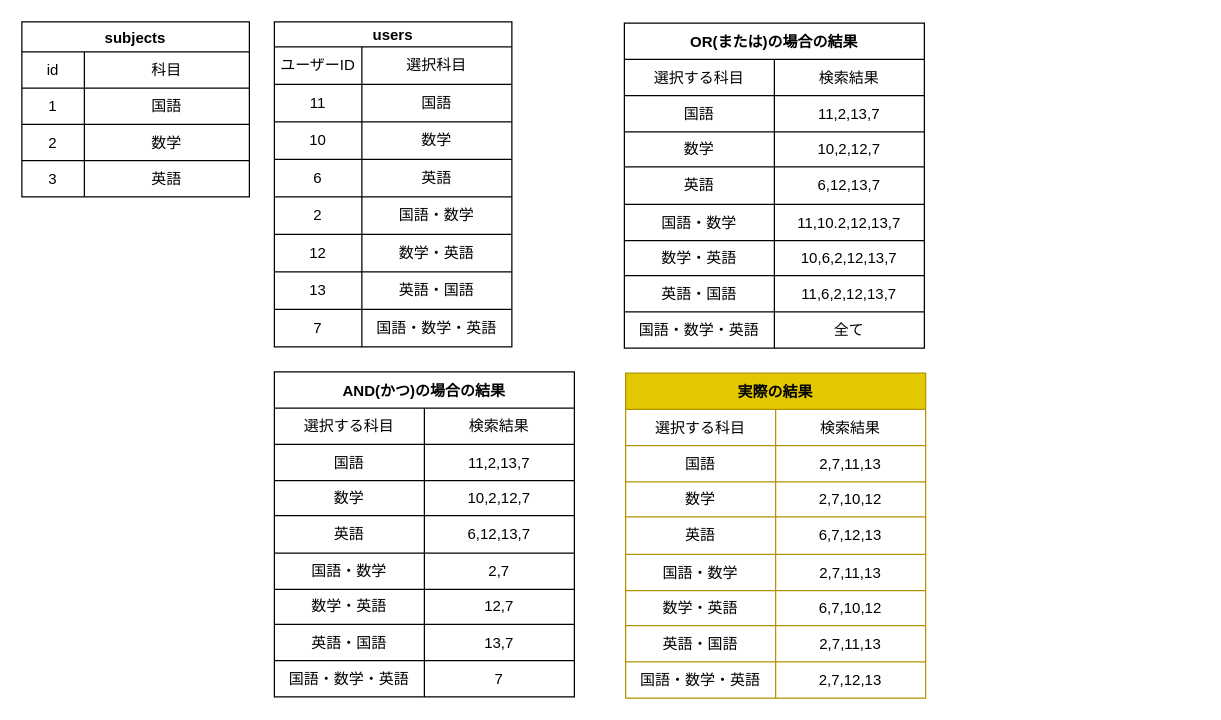
Before: page "検索機能実装" (4 of 4) of compass.dio in I-Kouta/compass, a draw.io diagram. Source tidied: cells renumbered, new cells numbered last; positions are measured from the earlier drawing's top-left corner, leaving out a move shared by most shapes. Both pictures are drawn from the tidied source at 125%, with x=0, y=0 at pixel (21, 21).
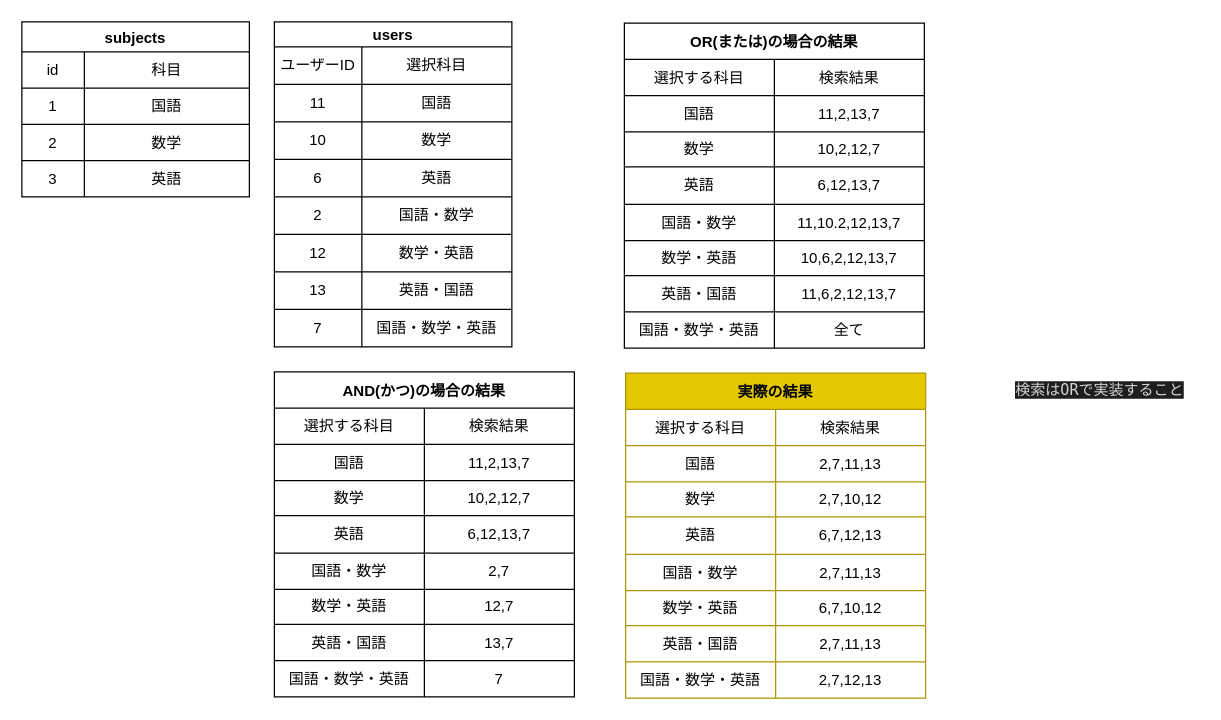
The same diagram, later.

Change to the diagram source:
```diff
@@
+    <mxCell id="115" value="&lt;span style=&quot;background-color: rgb(30 , 30 , 30) ; color: rgb(212 , 212 , 212) ; font-family: &amp;quot;menlo&amp;quot; , &amp;quot;monaco&amp;quot; , &amp;quot;courier new&amp;quot; , monospace&quot;&gt;検索はORで実装すること&lt;br&gt;&lt;/span&gt;" style="text;html=1;align=center;verticalAlign=middle;strokeColor=#FFFFFF;fillColor=none;shadow=0;" parent="1" vertex="1">
+      <mxGeometry x="782" y="280" width="160" height="30" as="geometry" />
+    </mxCell>
```
